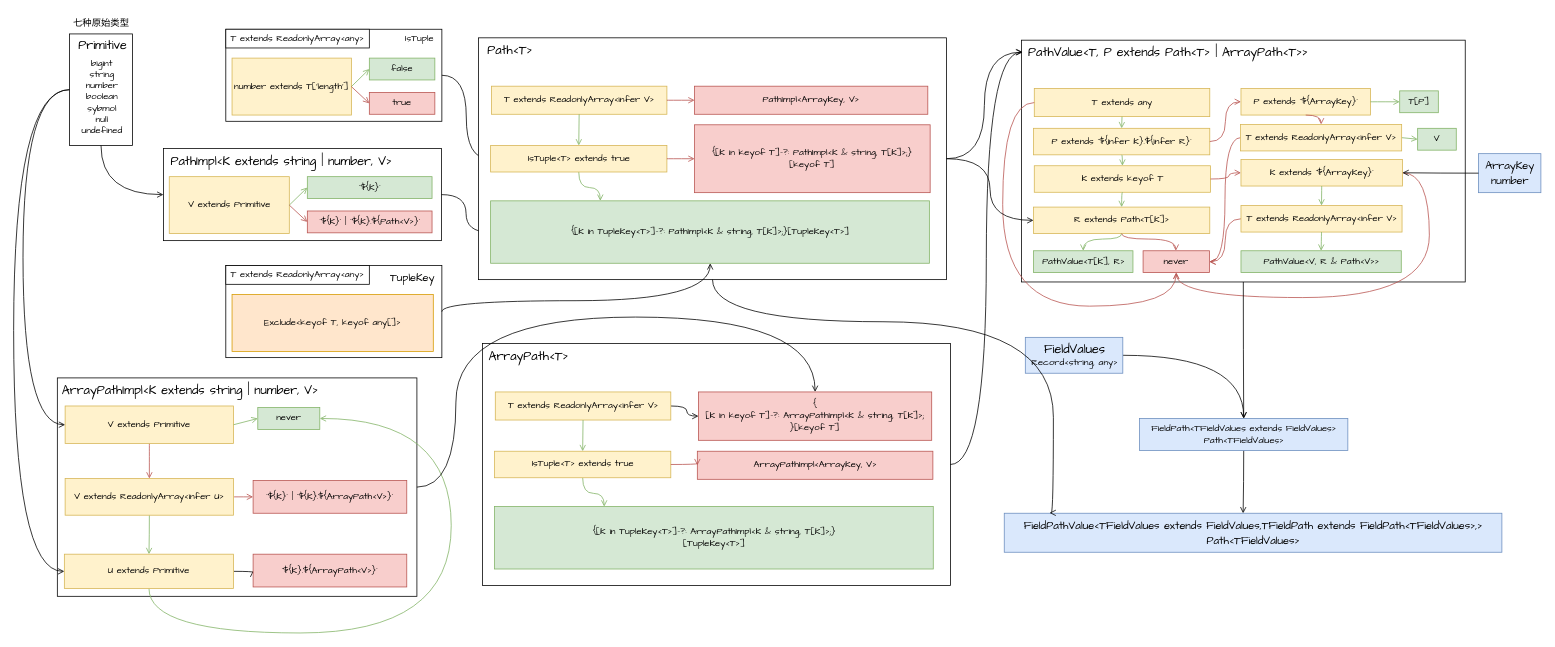
This is 318.drawio from draw-and-draw/share, a draw.io file, before an edit. Source tidied: cells renumbered, new cells numbered last; positions are measured from the earlier drawing's top-left corner, leaving out a move shared by most shapes. Both pictures are drawn from the tidied source at 78%, with x=0, y=0 at pixel (13, 13).
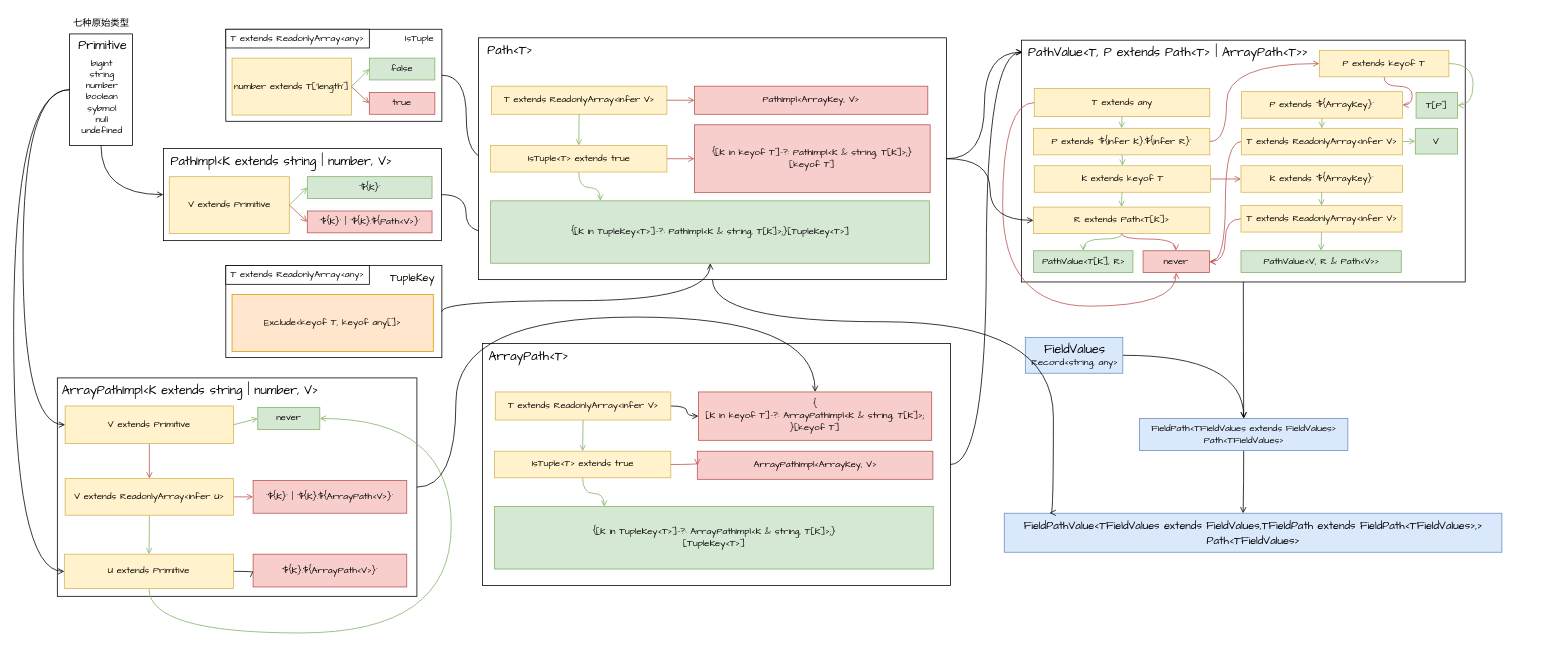
The same page after the edit.

Unchanged cells that the change refers to:
```xml
<mxCell id="74" style="group;fontFamily=Comic Sans MS;" parent="1" vertex="1">
  <mxGeometry x="1268" y="34" width="593" height="341" as="geometry" />
</mxCell>
<mxCell id="81" value="P extends `${infer K}.${infer R}`" style="rounded=0;whiteSpace=wrap;html=1;fontSize=12;fillColor=#fff2cc;strokeColor=#d6b656;fontFamily=Comic Sans MS;" parent="74" vertex="1">
  <mxGeometry x="39.5" y="113" width="226" height="34" as="geometry" />
</mxCell>
<mxCell id="82" value="K extends keyof T" style="rounded=0;whiteSpace=wrap;html=1;fontSize=12;fillColor=#fff2cc;strokeColor=#d6b656;fontFamily=Comic Sans MS;" parent="74" vertex="1">
  <mxGeometry x="40.5" y="161" width="226" height="34" as="geometry" />
</mxCell>
<mxCell id="88" value="never" style="rounded=0;whiteSpace=wrap;html=1;fontSize=12;fillColor=#f8cecc;strokeColor=#b85450;fontFamily=Comic Sans MS;" parent="74" vertex="1">
  <mxGeometry x="180" y="270" width="85" height="28" as="geometry" />
</mxCell>
```

Change to the diagram source:
```diff
@@
-    <mxCell id="59" value="&lt;div style=&quot;border-color: var(--border-color); font-size: 14px; line-height: 19px;&quot;&gt;ArrayKey&lt;/div&gt;&lt;div style=&quot;border-color: var(--border-color); font-size: 14px; line-height: 19px;&quot;&gt;number&lt;/div&gt;" style="text;html=1;align=center;verticalAlign=middle;points=[];strokeColor=#6c8ebf;fillColor=#dae8fc;fontSize=12;fontFamily=Comic Sans MS;" parent="1" vertex="1">
-      <mxGeometry x="1878" y="179.5" width="80" height="50" as="geometry" />
-    </mxCell>
@@
+    <mxCell id="93" style="edgeStyle=orthogonalEdgeStyle;rounded=0;jettySize=auto;html=1;exitX=1;exitY=0.5;exitDx=0;exitDy=0;entryX=0;entryY=0.5;entryDx=0;entryDy=0;fillColor=#f8cecc;strokeColor=#b85450;endArrow=open;endFill=0;" parent="74" edge="1" source="82" target="92">
+      <mxGeometry relative="1" as="geometry" />
+    </mxCell>
@@
-    <mxCell id="91" style="edgeStyle=orthogonalEdgeStyle;curved=1;rounded=0;jettySize=auto;html=1;exitX=1;exitY=0.5;exitDx=0;exitDy=0;entryX=0.5;entryY=1;entryDx=0;entryDy=0;fontSize=12;fontColor=#000000;endArrow=open;endFill=0;fillColor=#f8cecc;strokeColor=#b85450;fontFamily=Comic Sans MS;" parent="74" edge="1" source="92" target="88">
-      <mxGeometry relative="1" as="geometry">
-        <Array as="points">
-          <mxPoint x="547" y="170" />
-          <mxPoint x="547" y="330" />
-          <mxPoint x="223" y="330" />
-        </Array>
-      </mxGeometry>
-    </mxCell>
     <mxCell id="92" value="K extends `${ArrayKey}`" style="rounded=0;whiteSpace=wrap;html=1;fontSize=12;fillColor=#fff2cc;strokeColor=#d6b656;fontFamily=Comic Sans MS;" parent="74" vertex="1">
-      <mxGeometry x="305.5" y="153" width="207" height="34" as="geometry" />
+      <mxGeometry x="305.5" y="161" width="207" height="34" as="geometry" />
     </mxCell>
-    <mxCell id="93" style="edgeStyle=orthogonalEdgeStyle;curved=1;rounded=0;jettySize=auto;html=1;exitX=1;exitY=0.5;exitDx=0;exitDy=0;entryX=0;entryY=0.5;entryDx=0;entryDy=0;fontSize=12;fontColor=#000000;endArrow=open;endFill=0;fillColor=#f8cecc;strokeColor=#b85450;fontFamily=Comic Sans MS;" parent="74" edge="1" source="82" target="92">
-      <mxGeometry relative="1" as="geometry">
-        <Array as="points">
-          <mxPoint x="290" y="178" />
-          <mxPoint x="290" y="170" />
-        </Array>
-      </mxGeometry>
-    </mxCell>
+    <mxCell id="107" style="edgeStyle=orthogonalEdgeStyle;rounded=0;jettySize=auto;html=1;exitX=0.5;exitY=1;exitDx=0;exitDy=0;entryX=0.5;entryY=0;entryDx=0;entryDy=0;fillColor=#d5e8d4;strokeColor=#82b366;endArrow=open;endFill=0;" parent="74" edge="1" source="94" target="106">
+      <mxGeometry relative="1" as="geometry" />
+    </mxCell>
     <mxCell id="94" value="P extends `${ArrayKey}`" style="rounded=0;whiteSpace=wrap;html=1;fontSize=12;fillColor=#fff2cc;strokeColor=#d6b656;fontFamily=Comic Sans MS;" parent="74" vertex="1">
-      <mxGeometry x="305.5" y="62" width="166" height="34" as="geometry" />
+      <mxGeometry x="306" y="66" width="206.5" height="34" as="geometry" />
     </mxCell>
-    <mxCell id="95" style="edgeStyle=orthogonalEdgeStyle;curved=1;rounded=0;jettySize=auto;html=1;exitX=1;exitY=0.5;exitDx=0;exitDy=0;entryX=0;entryY=0.5;entryDx=0;entryDy=0;fontSize=12;fontColor=#000000;endArrow=open;endFill=0;fillColor=#f8cecc;strokeColor=#b85450;fontFamily=Comic Sans MS;" parent="74" edge="1" source="81" target="94">
-      <mxGeometry relative="1" as="geometry" />
+    <mxCell id="95" style="edgeStyle=orthogonalEdgeStyle;curved=1;rounded=0;jettySize=auto;html=1;exitX=1;exitY=0.5;exitDx=0;exitDy=0;entryX=0;entryY=0.5;entryDx=0;entryDy=0;fontSize=12;fontColor=#000000;endArrow=open;endFill=0;fillColor=#f8cecc;strokeColor=#b85450;fontFamily=Comic Sans MS;" parent="74" edge="1" source="81" target="134">
+      <mxGeometry relative="1" as="geometry">
+        <Array as="points">
+          <mxPoint x="287" y="130" />
+          <mxPoint x="287" y="30" />
+        </Array>
+      </mxGeometry>
     </mxCell>
     <mxCell id="96" value="T[P]" style="rounded=0;whiteSpace=wrap;html=1;fontSize=12;fillColor=#d5e8d4;strokeColor=#82b366;fontFamily=Comic Sans MS;" parent="74" vertex="1">
-      <mxGeometry x="509" y="65" width="49.5" height="28" as="geometry" />
+      <mxGeometry x="530" y="67" width="53" height="33" as="geometry" />
     </mxCell>
-    <mxCell id="97" style="edgeStyle=orthogonalEdgeStyle;curved=1;rounded=0;jettySize=auto;html=1;exitX=1;exitY=0.5;exitDx=0;exitDy=0;entryX=0;entryY=0.5;entryDx=0;entryDy=0;fontSize=12;fontColor=#000000;endArrow=open;endFill=0;fillColor=#d5e8d4;strokeColor=#82b366;fontFamily=Comic Sans MS;" parent="74" edge="1" source="94" target="96">
-      <mxGeometry relative="1" as="geometry" />
-    </mxCell>
@@
     <mxCell id="101" value="V" style="rounded=0;whiteSpace=wrap;html=1;fontSize=12;fillColor=#d5e8d4;strokeColor=#82b366;fontFamily=Comic Sans MS;" parent="74" vertex="1">
-      <mxGeometry x="532" y="113" width="49.5" height="28" as="geometry" />
+      <mxGeometry x="529" y="113" width="54" height="33" as="geometry" />
     </mxCell>
@@
     <mxCell id="106" value="T extends ReadonlyArray&amp;lt;infer V&amp;gt;" style="rounded=0;whiteSpace=wrap;html=1;fontSize=12;fillColor=#fff2cc;strokeColor=#d6b656;fontFamily=Comic Sans MS;" parent="74" vertex="1">
-      <mxGeometry x="305" y="108" width="206.5" height="34" as="geometry" />
+      <mxGeometry x="306" y="113" width="206.5" height="34" as="geometry" />
     </mxCell>
-    <mxCell id="107" style="edgeStyle=orthogonalEdgeStyle;curved=1;rounded=0;jettySize=auto;html=1;exitX=0.5;exitY=1;exitDx=0;exitDy=0;entryX=0.5;entryY=0;entryDx=0;entryDy=0;fontSize=12;fontColor=#000000;endArrow=open;endFill=0;fillColor=#f8cecc;strokeColor=#b85450;fontFamily=Comic Sans MS;" parent="74" edge="1" source="94" target="106">
-      <mxGeometry relative="1" as="geometry" />
-    </mxCell>
+    <mxCell id="132" style="edgeStyle=orthogonalEdgeStyle;rounded=0;jettySize=auto;html=1;exitX=1;exitY=0.5;exitDx=0;exitDy=0;entryX=1;entryY=0.5;entryDx=0;entryDy=0;fillColor=#d5e8d4;strokeColor=#82b366;endArrow=open;endFill=0;curved=1;" parent="74" edge="1" source="134" target="96">
+      <mxGeometry relative="1" as="geometry" />
+    </mxCell>
+    <mxCell id="133" style="edgeStyle=orthogonalEdgeStyle;rounded=0;jettySize=auto;html=1;exitX=0.5;exitY=1;exitDx=0;exitDy=0;entryX=1;entryY=0.5;entryDx=0;entryDy=0;fillColor=#f8cecc;strokeColor=#b85450;curved=1;endArrow=open;endFill=0;" parent="74" edge="1" source="134" target="94">
+      <mxGeometry relative="1" as="geometry">
+        <Array as="points">
+          <mxPoint x="489" y="59" />
+          <mxPoint x="525" y="59" />
+          <mxPoint x="525" y="83" />
+        </Array>
+      </mxGeometry>
+    </mxCell>
+    <mxCell id="134" value="P extends keyof T" style="rounded=0;whiteSpace=wrap;html=1;fontSize=12;fillColor=#fff2cc;strokeColor=#d6b656;fontFamily=Comic Sans MS;" parent="74" vertex="1">
+      <mxGeometry x="406" y="13" width="166" height="34" as="geometry" />
+    </mxCell>
@@
-    <mxCell id="122" style="edgeStyle=orthogonalEdgeStyle;curved=1;rounded=0;jettySize=auto;html=1;entryX=1;entryY=0.5;entryDx=0;entryDy=0;fontSize=12;fontColor=#000000;endArrow=open;endFill=0;fontFamily=Comic Sans MS;" parent="1" edge="1" source="59" target="92">
-      <mxGeometry relative="1" as="geometry" />
-    </mxCell>
```
